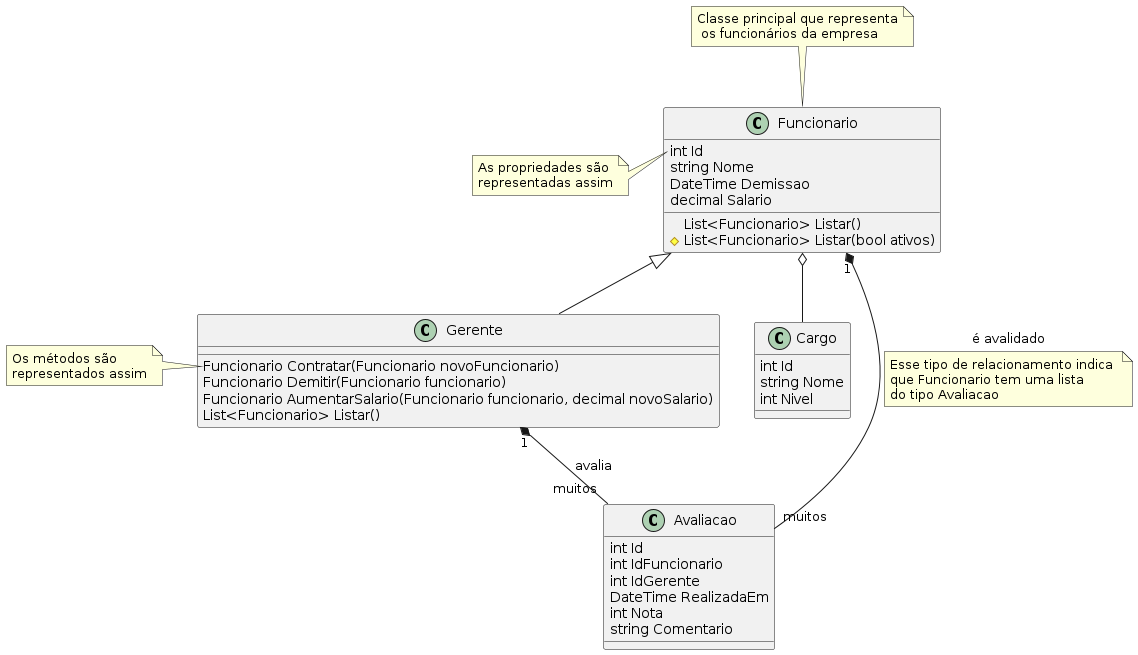
This is diagrams/out/classDiagram/classDiagram.png from robertoosantosdev/educafro_2310_-csharp, a PlantUML export, as it was before one commit.
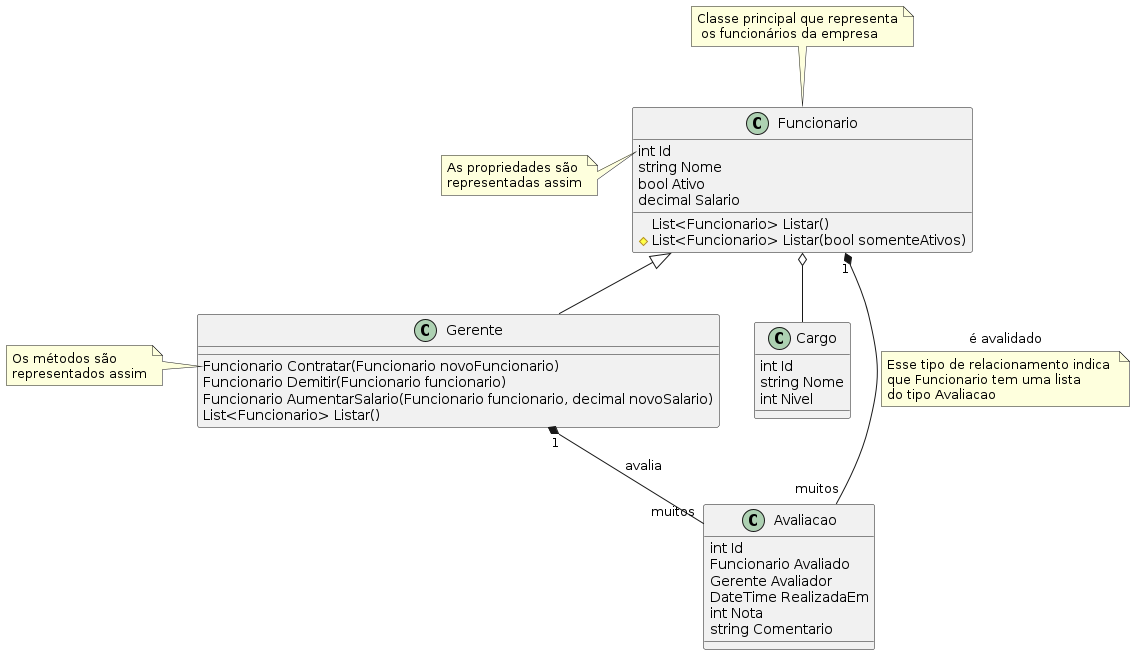
After the change.

Commit message:
Testes de listagens

Change to the diagram source:
```diff
@@ -8,16 +8,16 @@
 class Funcionario {
     int Id
     string Nome
-    DateTime Demissao
+    bool Ativo
     decimal Salario
     List<Funcionario> Listar()
-    #List<Funcionario> Listar(bool ativos)
+    #List<Funcionario> Listar(bool somenteAtivos)
 }
 
 class Avaliacao {
     int Id
-    int IdFuncionario
-    int IdGerente
+    Funcionario Avaliado
+    Gerente Avaliador
     DateTime RealizadaEm
     int Nota
     string Comentario
```
